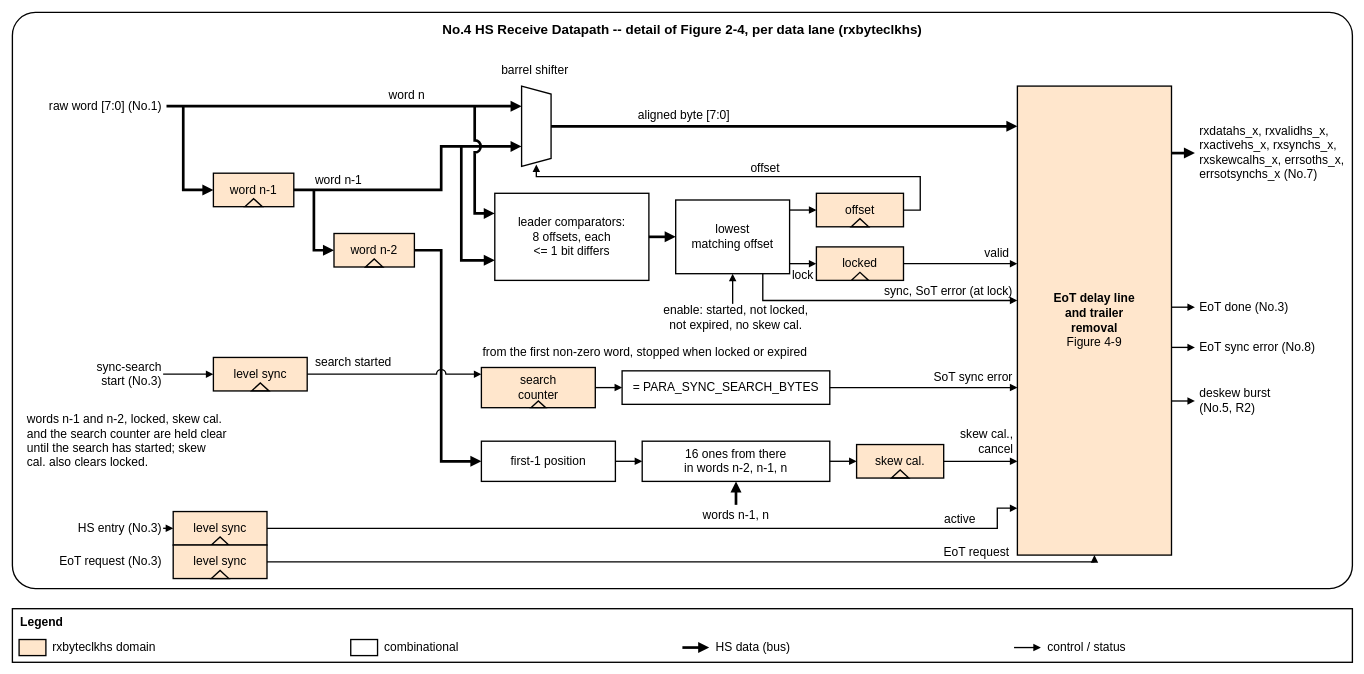
The draw.io diagram 22fdx/rx/digital/hw/rtl/ip/ftel_dphy_rx/doc/figures/ftel_dphy_rx_hs_datapath.drawio in ftel-cdc/fu3_dphy, before the edit. Source tidied: cells renumbered, new cells numbered last; positions are measured from the earlier drawing's top-left corner, leaving out a move shared by most shapes. Both pictures are drawn from the tidied source at 67%, with x=0, y=0 at pixel (12, 12).
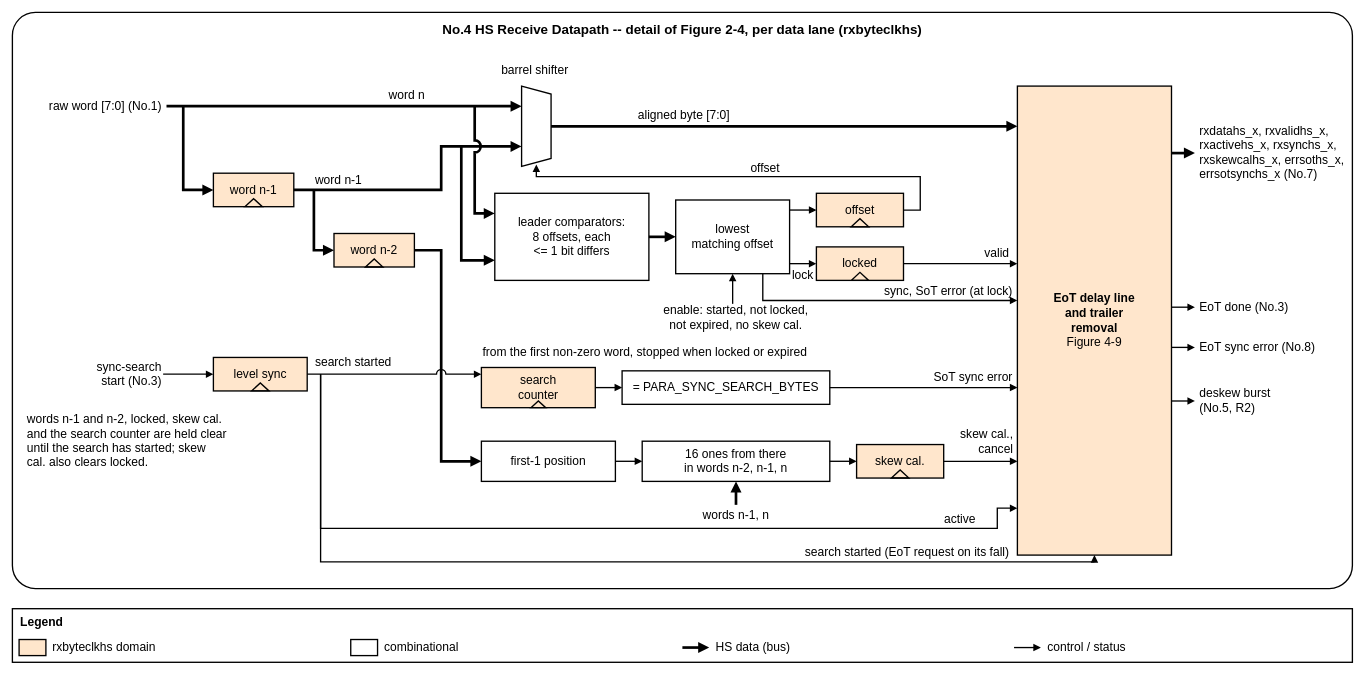
After the change.

Diff of the diagram source:
```diff
@@
-    <mxCell id="56" value="HS entry (No.3)" style="text;html=1;whiteSpace=wrap;fontSize=18;align=right;verticalAlign=middle;strokeColor=none;fillColor=none;spacing=2;" parent="1" vertex="1">
-      <mxGeometry x="5" y="755" width="220" height="30" as="geometry" />
-    </mxCell>
-    <mxCell id="57" value="level sync" style="rounded=0;whiteSpace=wrap;html=1;fontSize=18;strokeWidth=2;fillColor=#FFE6CC;align=center;verticalAlign=middle;spacing=4;" parent="1" vertex="1">
-      <mxGeometry x="240" y="745" width="140" height="50" as="geometry" />
-    </mxCell>
-    <mxCell id="58" style="triangle;whiteSpace=wrap;html=1;rotation=-90;strokeWidth=2;fillColor=none;" parent="1" vertex="1">
-      <mxGeometry x="304" y="776" width="12" height="26" as="geometry" />
-    </mxCell>
-    <mxCell id="59" style="endArrow=block;endFill=1;html=1;fontSize=18;edgeStyle=orthogonalEdgeStyle;rounded=0;jumpStyle=arc;jumpSize=12;labelBackgroundColor=#FFFFFF;strokeWidth=2;edgeStyle=none;" parent="1" edge="1">
-      <mxGeometry relative="1" as="geometry">
-        <mxPoint x="225" y="770" as="sourcePoint" />
-        <mxPoint x="240" y="770" as="targetPoint" />
-      </mxGeometry>
-    </mxCell>
-    <mxCell id="60" style="endArrow=block;endFill=1;html=1;fontSize=18;edgeStyle=orthogonalEdgeStyle;rounded=0;jumpStyle=arc;jumpSize=12;labelBackgroundColor=#FFFFFF;strokeWidth=2;" parent="1" edge="1">
-      <mxGeometry relative="1" as="geometry">
-        <mxPoint x="380" y="770" as="sourcePoint" />
-        <mxPoint x="1500" y="740" as="targetPoint" />
-        <Array as="points">
-          <mxPoint x="1470" y="770" />
-          <mxPoint x="1470" y="740" />
-        </Array>
-      </mxGeometry>
-    </mxCell>
@@
-    <mxCell id="62" value="EoT request (No.3)" style="text;html=1;whiteSpace=wrap;fontSize=18;align=right;verticalAlign=middle;strokeColor=none;fillColor=none;spacing=2;" parent="1" vertex="1">
-      <mxGeometry x="5" y="805" width="220" height="30" as="geometry" />
-    </mxCell>
-    <mxCell id="63" value="level sync" style="rounded=0;whiteSpace=wrap;html=1;fontSize=18;strokeWidth=2;fillColor=#FFE6CC;align=center;verticalAlign=middle;spacing=4;" parent="1" vertex="1">
-      <mxGeometry x="240" y="795" width="140" height="50" as="geometry" />
-    </mxCell>
-    <mxCell id="64" style="triangle;whiteSpace=wrap;html=1;rotation=-90;strokeWidth=2;fillColor=none;" parent="1" vertex="1">
-      <mxGeometry x="304" y="826" width="12" height="26" as="geometry" />
-    </mxCell>
-    <mxCell id="65" style="endArrow=block;endFill=1;html=1;fontSize=18;edgeStyle=orthogonalEdgeStyle;rounded=0;jumpStyle=arc;jumpSize=12;labelBackgroundColor=#FFFFFF;strokeWidth=2;" parent="1" edge="1">
-      <mxGeometry relative="1" as="geometry">
-        <mxPoint x="380" y="820" as="sourcePoint" />
-        <mxPoint x="1615" y="810" as="targetPoint" />
-        <Array as="points">
-          <mxPoint x="1615" y="820" />
-        </Array>
-      </mxGeometry>
-    </mxCell>
-    <mxCell id="66" value="EoT request" style="text;html=1;whiteSpace=wrap;fontSize=18;align=right;verticalAlign=middle;strokeColor=none;fillColor=none;spacing=2;" parent="1" vertex="1">
-      <mxGeometry x="1290" y="792" width="200" height="28" as="geometry" />
+    <mxCell id="66" value="search started (EoT request on its fall)" style="text;html=1;whiteSpace=wrap;fontSize=18;align=right;verticalAlign=middle;strokeColor=none;fillColor=none;spacing=2;" parent="1" vertex="1">
+      <mxGeometry x="1100" y="792" width="390" height="28" as="geometry" />
     </mxCell>
@@
+    <mxCell id="60" style="endArrow=block;endFill=1;html=1;fontSize=18;edgeStyle=orthogonalEdgeStyle;rounded=0;jumpStyle=arc;jumpSize=12;labelBackgroundColor=#FFFFFF;strokeWidth=2;" parent="1" edge="1">
+      <mxGeometry relative="1" as="geometry">
+        <mxPoint x="460" y="540" as="sourcePoint" />
+        <mxPoint x="1500" y="740" as="targetPoint" />
+        <Array as="points">
+          <mxPoint x="460" y="770" />
+          <mxPoint x="1470" y="770" />
+          <mxPoint x="1470" y="740" />
+        </Array>
+      </mxGeometry>
+    </mxCell>
+    <mxCell id="65" style="endArrow=block;endFill=1;html=1;fontSize=18;edgeStyle=orthogonalEdgeStyle;rounded=0;jumpStyle=arc;jumpSize=12;labelBackgroundColor=#FFFFFF;strokeWidth=2;" parent="1" edge="1">
+      <mxGeometry relative="1" as="geometry">
+        <mxPoint x="460" y="540" as="sourcePoint" />
+        <mxPoint x="1615" y="810" as="targetPoint" />
+        <Array as="points">
+          <mxPoint x="460" y="820" />
+          <mxPoint x="1615" y="820" />
+        </Array>
+      </mxGeometry>
+    </mxCell>
```
